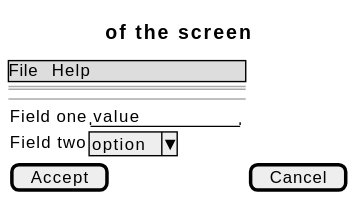
Earlier version of the PlantUML export docs/01-requirements/use-cases/monitorTasks/wireframes.svg (didactika/kampus).
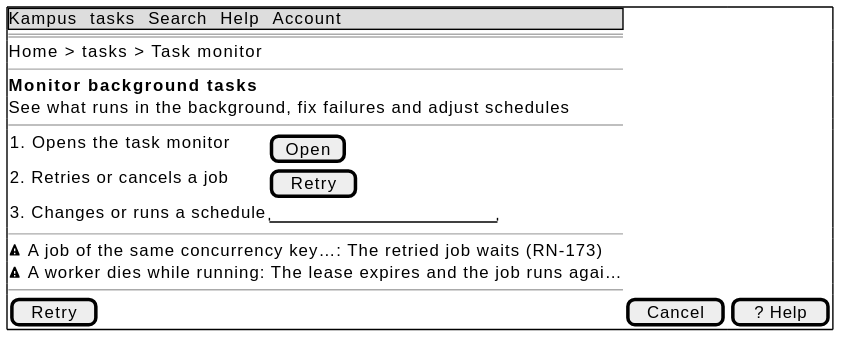
The same file after the commit.

Diff of the diagram source:
```diff
@@ -1,13 +1,21 @@
 @startsalt
-{
-  {* File | Help }
+{+
+  {* Kampus | tasks | Search | Help | Account }
   ==
-  Title of the screen
+  Home > tasks > Task monitor
+  --
+  <b>Monitor background tasks
+  See what runs in the background, fix failures and adjust schedules
   --
   {
-    Field one | "value        "
-    Field two | ^option^
+    1. Opens the task monitor | [ Open ]
+    2. Retries or cancels a job | [ Retry ]
+    3. Changes or runs a schedule | "                    "
   }
-  [ Accept ] | [ Cancel ]
+  --
+  <&warning> A job of the same concurrency key…: The retried job waits (RN-173)
+  <&warning> A worker dies while running: The lease expires and the job runs agai…
+  --
+  [ Retry ] | [ Cancel ] | [ ? Help ]
 }
 @endsalt
```
